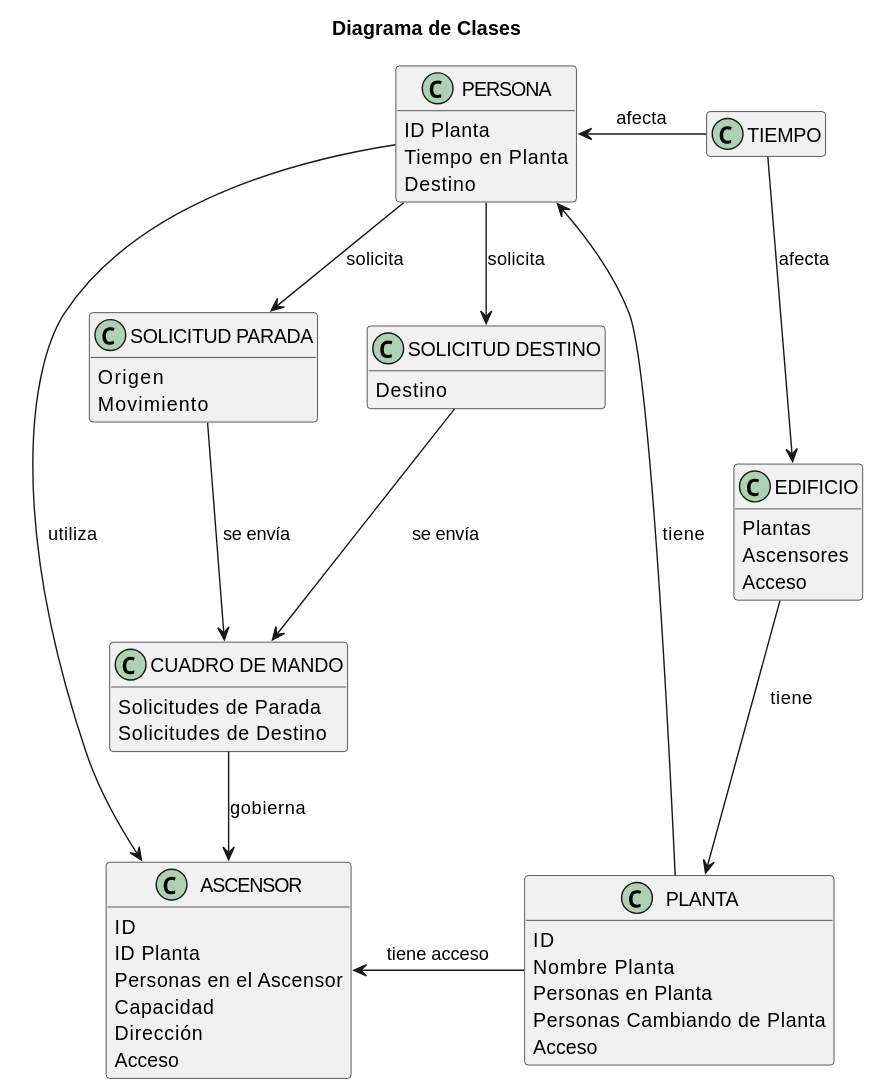
mmasias/23-24-IdSw2-SDD keeps this PlantUML diagram as docs/Modelo_de_Dominio/Diagramas_de_Clases/Diagrama_de_Clases.svg. Above is the earlier version.
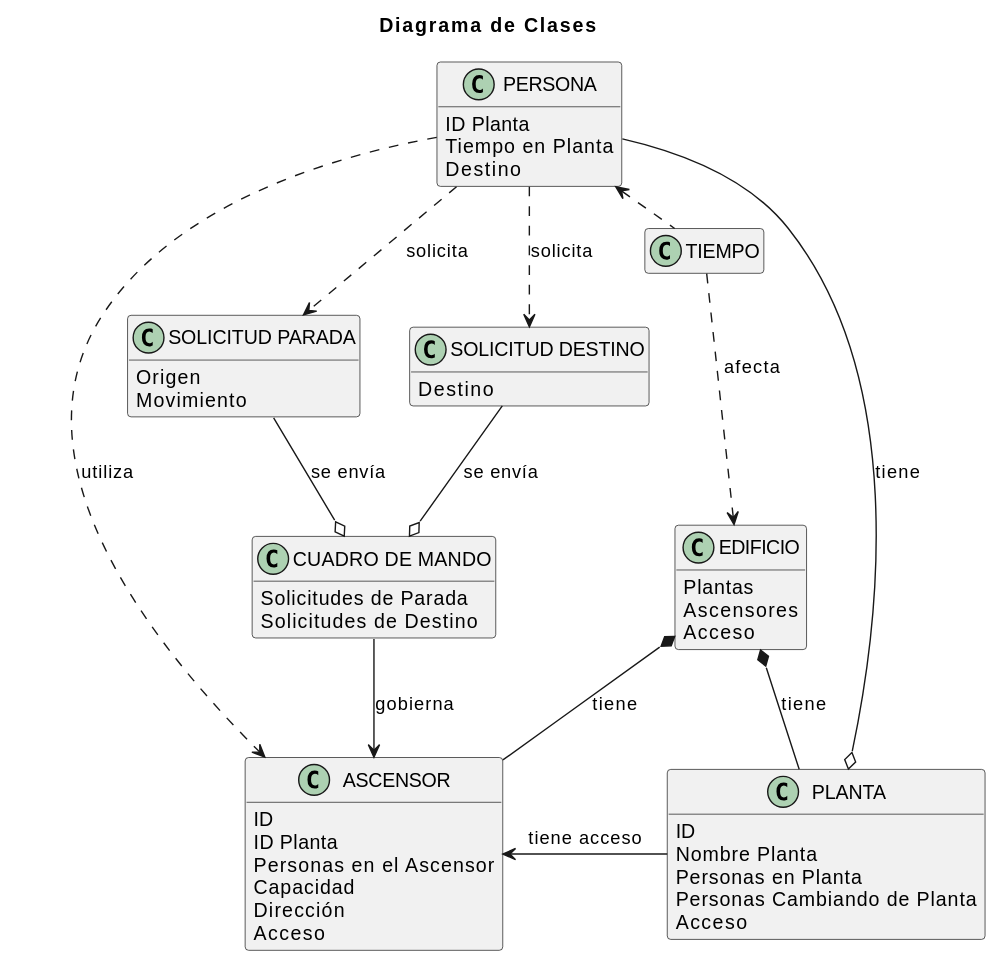
After the commit.

Commit message:
Actualizar diagramas de estados de Planta y Edificio

Change to the diagram source:
```diff
@@ -30,6 +30,7 @@
     Solicitudes de Parada
     Solicitudes de Destino
 }
+
 
 class PLANTA
 {
@@ -64,18 +65,19 @@
 }
 
 
-EDIFICIO --> PLANTA : tiene
-PLANTA --> PERSONA : tiene
+EDIFICIO *-- PLANTA : tiene
+EDIFICIO *-- ASCENSOR : tiene
+PLANTA o-- PERSONA : tiene
 PLANTA -left-> ASCENSOR : tiene acceso
-PERSONA --> ASCENSOR : utiliza
+PERSONA ..> ASCENSOR : utiliza
 
-PERSONA --> "SOLICITUD PARADA" : solicita
-PERSONA --> "SOLICITUD DESTINO" : solicita
+PERSONA ..> "SOLICITUD PARADA" : solicita
+PERSONA ..> "SOLICITUD DESTINO" : solicita
 "CUADRO DE MANDO" --> ASCENSOR : gobierna
-"SOLICITUD PARADA" --> "CUADRO DE MANDO" : se envía
-"SOLICITUD DESTINO" --> "CUADRO DE MANDO" : se envía
+"SOLICITUD PARADA" --o "CUADRO DE MANDO" : se envía
+"SOLICITUD DESTINO" --o "CUADRO DE MANDO" : se envía
 
-TIEMPO -left-> PERSONA : afecta
-TIEMPO --> EDIFICIO : afecta
+TIEMPO .left.> PERSONA : afecta
+TIEMPO ..> EDIFICIO : afecta
 
 @enduml
```
